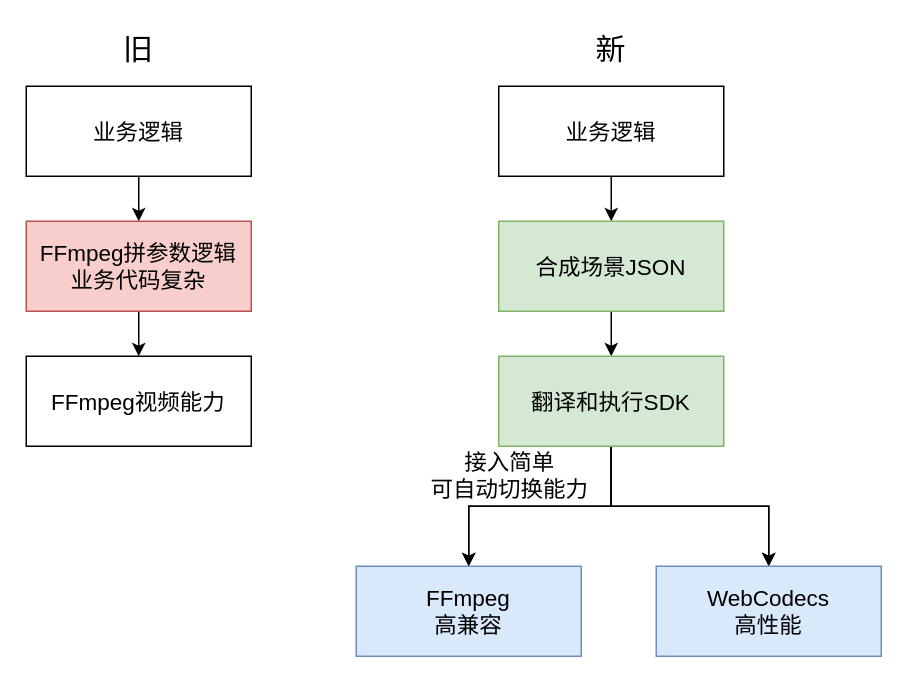
Earlier version of the draw.io diagram ffmpeg_json.drawio (lqt0223/diagrams). Source tidied: cells renumbered, new cells numbered last; positions are measured from the earlier drawing's top-left corner, leaving out a move shared by most shapes. Both pictures are drawn from the tidied source at 150%, with x=0, y=0 at pixel (26, 26).
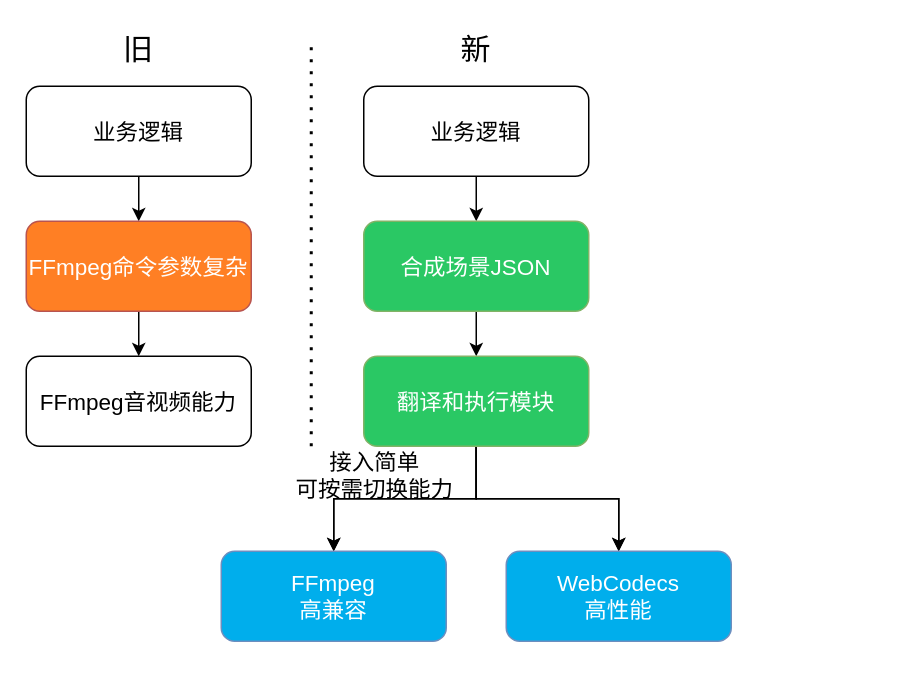
The same diagram, later.

The edit, as a diff of the source:
```diff
@@
-    <mxCell id="3" value="业务逻辑" style="rounded=0;whiteSpace=wrap;html=1;fontSize=15;" parent="1" vertex="1">
+    <mxCell id="3" value="业务逻辑" style="rounded=1;whiteSpace=wrap;html=1;fontSize=15;" parent="1" vertex="1">
       <mxGeometry y="40" width="150" height="60" as="geometry" />
     </mxCell>
@@
-    <mxCell id="5" value="FFmpeg拼参数逻辑&lt;div&gt;业务代码复杂&lt;/div&gt;" style="whiteSpace=wrap;html=1;rounded=0;fontSize=15;fillColor=#f8cecc;strokeColor=#b85450;" parent="1" vertex="1">
+    <mxCell id="5" value="FFmpeg命令参数&lt;span style=&quot;background-color: initial;&quot;&gt;复杂&lt;/span&gt;" style="whiteSpace=wrap;html=1;rounded=1;fontSize=15;fillColor=#ff7f24;strokeColor=#b85450;fontColor=#FFFFFF;" parent="1" vertex="1">
       <mxGeometry y="130" width="150" height="60" as="geometry" />
     </mxCell>
-    <mxCell id="6" value="FFmpeg视频能力" style="whiteSpace=wrap;html=1;rounded=0;fontSize=15;" parent="1" vertex="1">
+    <mxCell id="6" value="FFmpeg音视频能力" style="whiteSpace=wrap;html=1;rounded=1;fontSize=15;" parent="1" vertex="1">
       <mxGeometry y="220" width="150" height="60" as="geometry" />
     </mxCell>
@@
-    <mxCell id="8" value="业务逻辑" style="rounded=0;whiteSpace=wrap;html=1;fontSize=15;" parent="1" vertex="1">
-      <mxGeometry x="315" y="40" width="150" height="60" as="geometry" />
+    <mxCell id="8" value="业务逻辑" style="rounded=1;whiteSpace=wrap;html=1;fontSize=15;" parent="1" vertex="1">
+      <mxGeometry x="225" y="40" width="150" height="60" as="geometry" />
     </mxCell>
@@
-    <mxCell id="10" value="合成场景JSON" style="whiteSpace=wrap;html=1;rounded=0;fontSize=15;fillColor=#d5e8d4;strokeColor=#82b366;" parent="1" vertex="1">
-      <mxGeometry x="315" y="130" width="150" height="60" as="geometry" />
+    <mxCell id="10" value="合成场景JSON" style="whiteSpace=wrap;html=1;rounded=1;fontSize=15;fillColor=#2AC864;strokeColor=#82b366;fontColor=#FFFFFF;" parent="1" vertex="1">
+      <mxGeometry x="225" y="130" width="150" height="60" as="geometry" />
     </mxCell>
@@
-    <mxCell id="15" value="翻译和执行SDK" style="whiteSpace=wrap;html=1;rounded=0;fontSize=15;fillColor=#d5e8d4;strokeColor=#82b366;" parent="1" vertex="1">
-      <mxGeometry x="315" y="220" width="150" height="60" as="geometry" />
+    <mxCell id="15" value="翻译和执行模块" style="whiteSpace=wrap;html=1;rounded=1;fontSize=15;fillColor=#2AC864;strokeColor=#82b366;fontColor=#FFFFFF;" parent="1" vertex="1">
+      <mxGeometry x="225" y="220" width="150" height="60" as="geometry" />
     </mxCell>
-    <mxCell id="16" value="FFmpeg&lt;div&gt;高兼容&lt;/div&gt;" style="whiteSpace=wrap;html=1;rounded=0;fontSize=15;fillColor=#dae8fc;strokeColor=#6c8ebf;" parent="1" vertex="1">
-      <mxGeometry x="220" y="360" width="150" height="60" as="geometry" />
+    <mxCell id="16" value="FFmpeg&lt;div&gt;高兼容&lt;/div&gt;" style="whiteSpace=wrap;html=1;rounded=1;fontSize=15;fillColor=#00aeec;strokeColor=#6c8ebf;fontColor=#FFFFFF;" parent="1" vertex="1">
+      <mxGeometry x="130" y="350" width="150" height="60" as="geometry" />
     </mxCell>
-    <mxCell id="17" value="WebCodecs&lt;div&gt;高性能&lt;/div&gt;" style="whiteSpace=wrap;html=1;rounded=0;fontSize=15;fillColor=#dae8fc;strokeColor=#6c8ebf;" parent="1" vertex="1">
-      <mxGeometry x="420" y="360" width="150" height="60" as="geometry" />
+    <mxCell id="17" value="WebCodecs&lt;div&gt;高性能&lt;/div&gt;" style="whiteSpace=wrap;html=1;rounded=1;fontSize=15;fillColor=#00aeec;strokeColor=#6c8ebf;fontColor=#FFFFFF;" parent="1" vertex="1">
+      <mxGeometry x="320" y="350" width="150" height="60" as="geometry" />
     </mxCell>
@@
     <mxCell id="19" value="新" style="text;html=1;align=center;verticalAlign=middle;whiteSpace=wrap;rounded=0;fontSize=20;" parent="1" vertex="1">
-      <mxGeometry x="360" width="60" height="30" as="geometry" />
+      <mxGeometry x="270" width="60" height="30" as="geometry" />
     </mxCell>
-    <mxCell id="20" value="接入简单&lt;div&gt;可自动切换能力&lt;/div&gt;" style="text;html=1;align=center;verticalAlign=middle;whiteSpace=wrap;rounded=0;fontSize=15;" parent="1" vertex="1">
-      <mxGeometry x="265" y="284" width="115" height="30" as="geometry" />
+    <mxCell id="20" value="接入简单&lt;div&gt;可按需切换能力&lt;/div&gt;" style="text;html=1;align=center;verticalAlign=middle;whiteSpace=wrap;rounded=0;fontSize=15;" parent="1" vertex="1">
+      <mxGeometry x="175" y="284" width="115" height="30" as="geometry" />
     </mxCell>
+    <mxCell id="21" style="endArrow=none;dashed=1;html=1;dashPattern=1 3;strokeWidth=2;rounded=0;" parent="1" edge="1">
+      <mxGeometry relative="1" as="geometry">
+        <mxPoint x="190" y="280" as="sourcePoint" />
+        <mxPoint x="190" y="10" as="targetPoint" />
+      </mxGeometry>
+    </mxCell>
```
